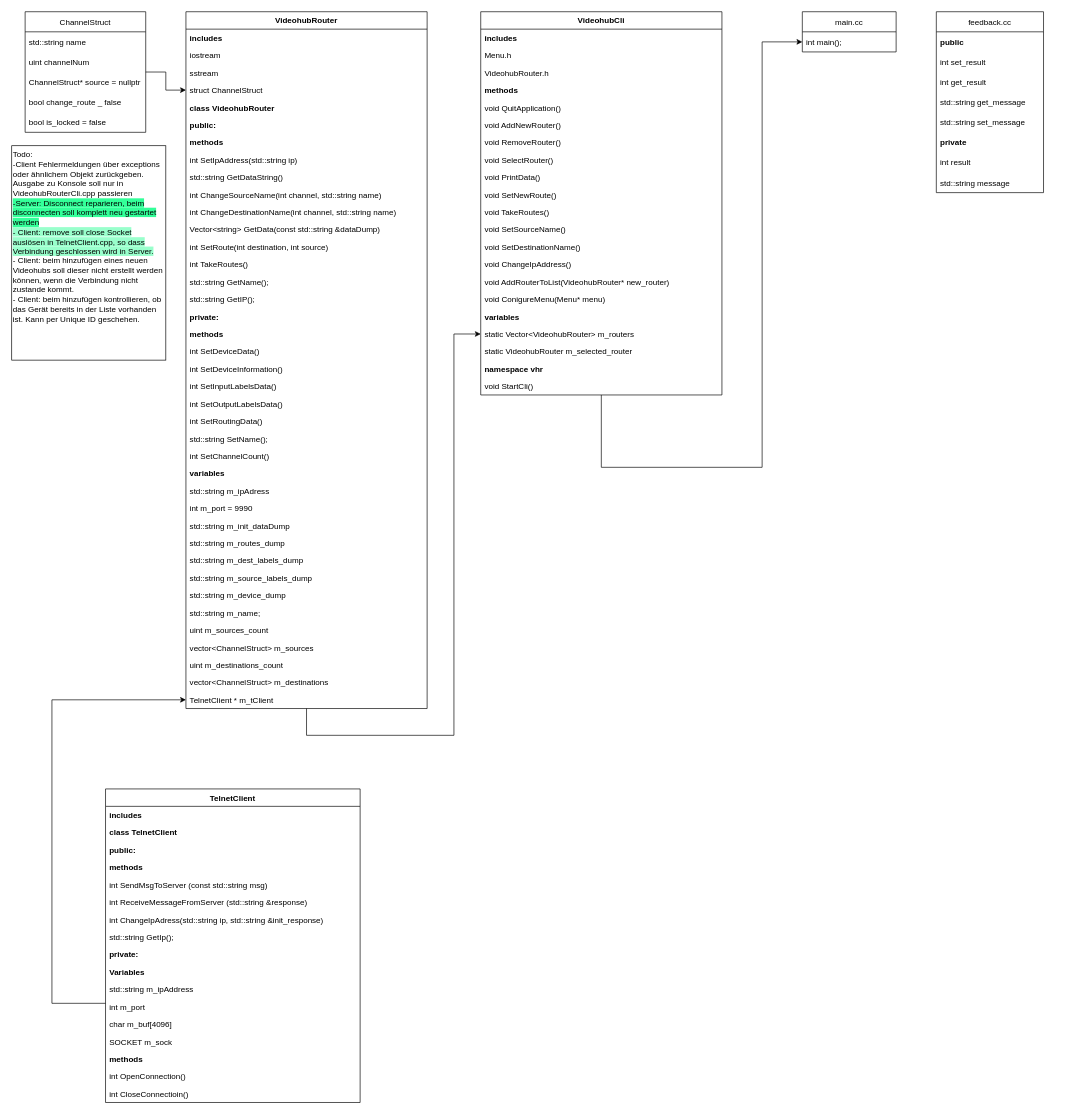
thedmo/VideohubRouterCLI keeps this draw.io diagram as diagram/Videohub.drawio. Above is the earlier version. Source tidied: cells renumbered, new cells numbered last; positions are measured from the earlier drawing's top-left corner, leaving out a move shared by most shapes. Both pictures are drawn from the tidied source at 67%, with x=0, y=0 at pixel (11, 11).
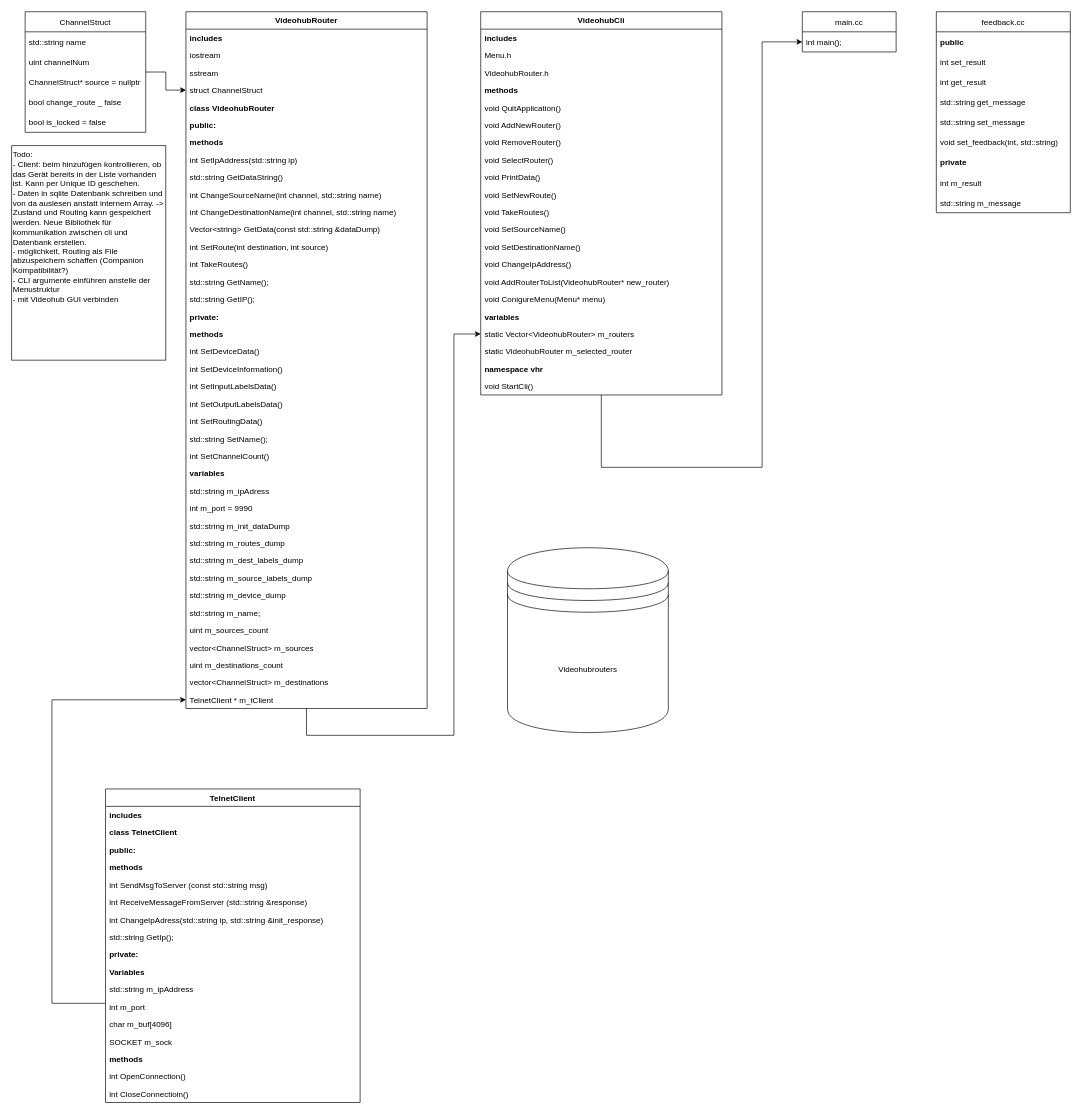
The same diagram, later.

Commit message (it also covers changes not shown here):
Todo aktualisiert: Datenbank mit einbezogen

Diff of the diagram source:
```diff
@@
-    <mxCell id="94" value="Todo:&lt;br&gt;&lt;div&gt;&lt;span&gt;-Client Fehlermeldungen über exceptions oder ähnlichem Objekt zurückgeben. Ausgabe zu Konsole soll nur in VideohubRouterCli.cpp passieren&lt;/span&gt;&lt;/div&gt;&lt;div&gt;&lt;span style=&quot;background-color: rgb(51 , 255 , 153)&quot;&gt;-Server: Disconnect reparieren, beim disconnecten soll komplett neu gestartet werden&lt;/span&gt;&lt;/div&gt;&lt;div&gt;&lt;span style=&quot;background-color: rgb(153 , 255 , 204)&quot;&gt;- Client: remove soll close Socket auslösen in TelnetClient.cpp, so dass Verbindung geschlossen wird in Server.&lt;/span&gt;&lt;/div&gt;&lt;div&gt;&lt;span&gt;- Client: beim hinzufügen eines neuen Videohubs soll dieser nicht erstellt werden können, wenn die Verbindung nicht zustande kommt.&lt;/span&gt;&lt;/div&gt;&lt;div&gt;&lt;span&gt;- Client: beim hinzufügen kontrollieren, ob das Gerät bereits in der Liste vorhanden ist. Kann per Unique ID geschehen.&lt;/span&gt;&lt;/div&gt;" style="rounded=0;whiteSpace=wrap;html=1;align=left;horizontal=1;verticalAlign=top;" parent="1" vertex="1">
+    <mxCell id="94" value="Todo:&lt;br&gt;&lt;div&gt;&lt;span&gt;- Client: beim hinzufügen kontrollieren, ob das Gerät bereits in der Liste vorhanden ist. Kann per Unique ID geschehen.&lt;/span&gt;&lt;/div&gt;&lt;div&gt;&lt;span&gt;- Daten in sqlite Datenbank schreiben und von da auslesen anstatt internem Array. -&amp;gt; Zustand und Routing kann gespeichert werden. Neue Bibliothek für kommunikation zwischen cli und Datenbank erstellen.&lt;/span&gt;&lt;/div&gt;&lt;div&gt;&lt;span&gt;- möglichkeit, Routing als File abzuspeichern schaffen (Companion Kompatibilität?)&lt;/span&gt;&lt;/div&gt;&lt;div&gt;&lt;span&gt;- CLI argumente einführen anstelle der Menustruktur&lt;/span&gt;&lt;/div&gt;&lt;div&gt;&lt;span&gt;- mit Videohub GUI verbinden&lt;/span&gt;&lt;/div&gt;" style="rounded=0;whiteSpace=wrap;html=1;align=left;horizontal=1;verticalAlign=top;" parent="1" vertex="1">
       <mxGeometry y="200" width="230" height="320" as="geometry" />
     </mxCell>
     <mxCell id="95" value="feedback.cc" style="swimlane;fontStyle=0;horizontal=1;startSize=30;" parent="1" vertex="1">
-      <mxGeometry x="1380" width="160" height="270" as="geometry" />
+      <mxGeometry x="1380" width="200" height="300" as="geometry" />
     </mxCell>
     <mxCell id="96" value="public" style="text;strokeColor=none;fillColor=none;align=left;verticalAlign=middle;spacingLeft=4;spacingRight=4;overflow=hidden;fontStyle=1;" parent="95" vertex="1">
-      <mxGeometry y="30" width="160" height="30" as="geometry" />
+      <mxGeometry y="30" width="200" height="30" as="geometry" />
     </mxCell>
     <mxCell id="97" value="int set_result" style="text;strokeColor=none;fillColor=none;align=left;verticalAlign=middle;spacingLeft=4;spacingRight=4;overflow=hidden;" parent="95" vertex="1">
-      <mxGeometry y="60" width="160" height="30" as="geometry" />
+      <mxGeometry y="60" width="200" height="30" as="geometry" />
     </mxCell>
     <mxCell id="98" value="int get_result" style="text;strokeColor=none;fillColor=none;align=left;verticalAlign=middle;spacingLeft=4;spacingRight=4;overflow=hidden;" parent="95" vertex="1">
-      <mxGeometry y="90" width="160" height="30" as="geometry" />
+      <mxGeometry y="90" width="200" height="30" as="geometry" />
     </mxCell>
     <mxCell id="99" value="std::string get_message" style="text;strokeColor=none;fillColor=none;align=left;verticalAlign=middle;spacingLeft=4;spacingRight=4;overflow=hidden;" parent="95" vertex="1">
-      <mxGeometry y="120" width="160" height="30" as="geometry" />
+      <mxGeometry y="120" width="200" height="30" as="geometry" />
     </mxCell>
     <mxCell id="100" value="std::string set_message" style="text;strokeColor=none;fillColor=none;align=left;verticalAlign=middle;spacingLeft=4;spacingRight=4;overflow=hidden;" parent="95" vertex="1">
-      <mxGeometry y="150" width="160" height="30" as="geometry" />
+      <mxGeometry y="150" width="200" height="30" as="geometry" />
     </mxCell>
+    <mxCell id="104" value="void set_feedback(int, std::string)" style="text;strokeColor=none;fillColor=none;align=left;verticalAlign=middle;spacingLeft=4;spacingRight=4;overflow=hidden;" parent="95" vertex="1">
+      <mxGeometry y="180" width="200" height="30" as="geometry" />
+    </mxCell>
     <mxCell id="101" value="private" style="text;strokeColor=none;fillColor=none;align=left;verticalAlign=middle;spacingLeft=4;spacingRight=4;overflow=hidden;fontStyle=1;" parent="95" vertex="1">
-      <mxGeometry y="180" width="160" height="30" as="geometry" />
+      <mxGeometry y="210" width="200" height="30" as="geometry" />
     </mxCell>
-    <mxCell id="102" value="int result" style="text;strokeColor=none;fillColor=none;align=left;verticalAlign=middle;spacingLeft=4;spacingRight=4;overflow=hidden;" parent="95" vertex="1">
-      <mxGeometry y="210" width="160" height="30" as="geometry" />
+    <mxCell id="102" value="int m_result" style="text;strokeColor=none;fillColor=none;align=left;verticalAlign=middle;spacingLeft=4;spacingRight=4;overflow=hidden;" parent="95" vertex="1">
+      <mxGeometry y="240" width="200" height="30" as="geometry" />
     </mxCell>
-    <mxCell id="103" value="std::string message" style="text;strokeColor=none;fillColor=none;align=left;verticalAlign=middle;spacingLeft=4;spacingRight=4;overflow=hidden;" parent="95" vertex="1">
-      <mxGeometry y="240" width="160" height="30" as="geometry" />
+    <mxCell id="103" value="std::string m_message" style="text;strokeColor=none;fillColor=none;align=left;verticalAlign=middle;spacingLeft=4;spacingRight=4;overflow=hidden;" parent="95" vertex="1">
+      <mxGeometry y="270" width="200" height="30" as="geometry" />
     </mxCell>
+    <mxCell id="105" value="Videohubrouters" style="shape=datastore;whiteSpace=wrap;html=1;" parent="1" vertex="1">
+      <mxGeometry x="740" y="800" width="240" height="276" as="geometry" />
+    </mxCell>
```
